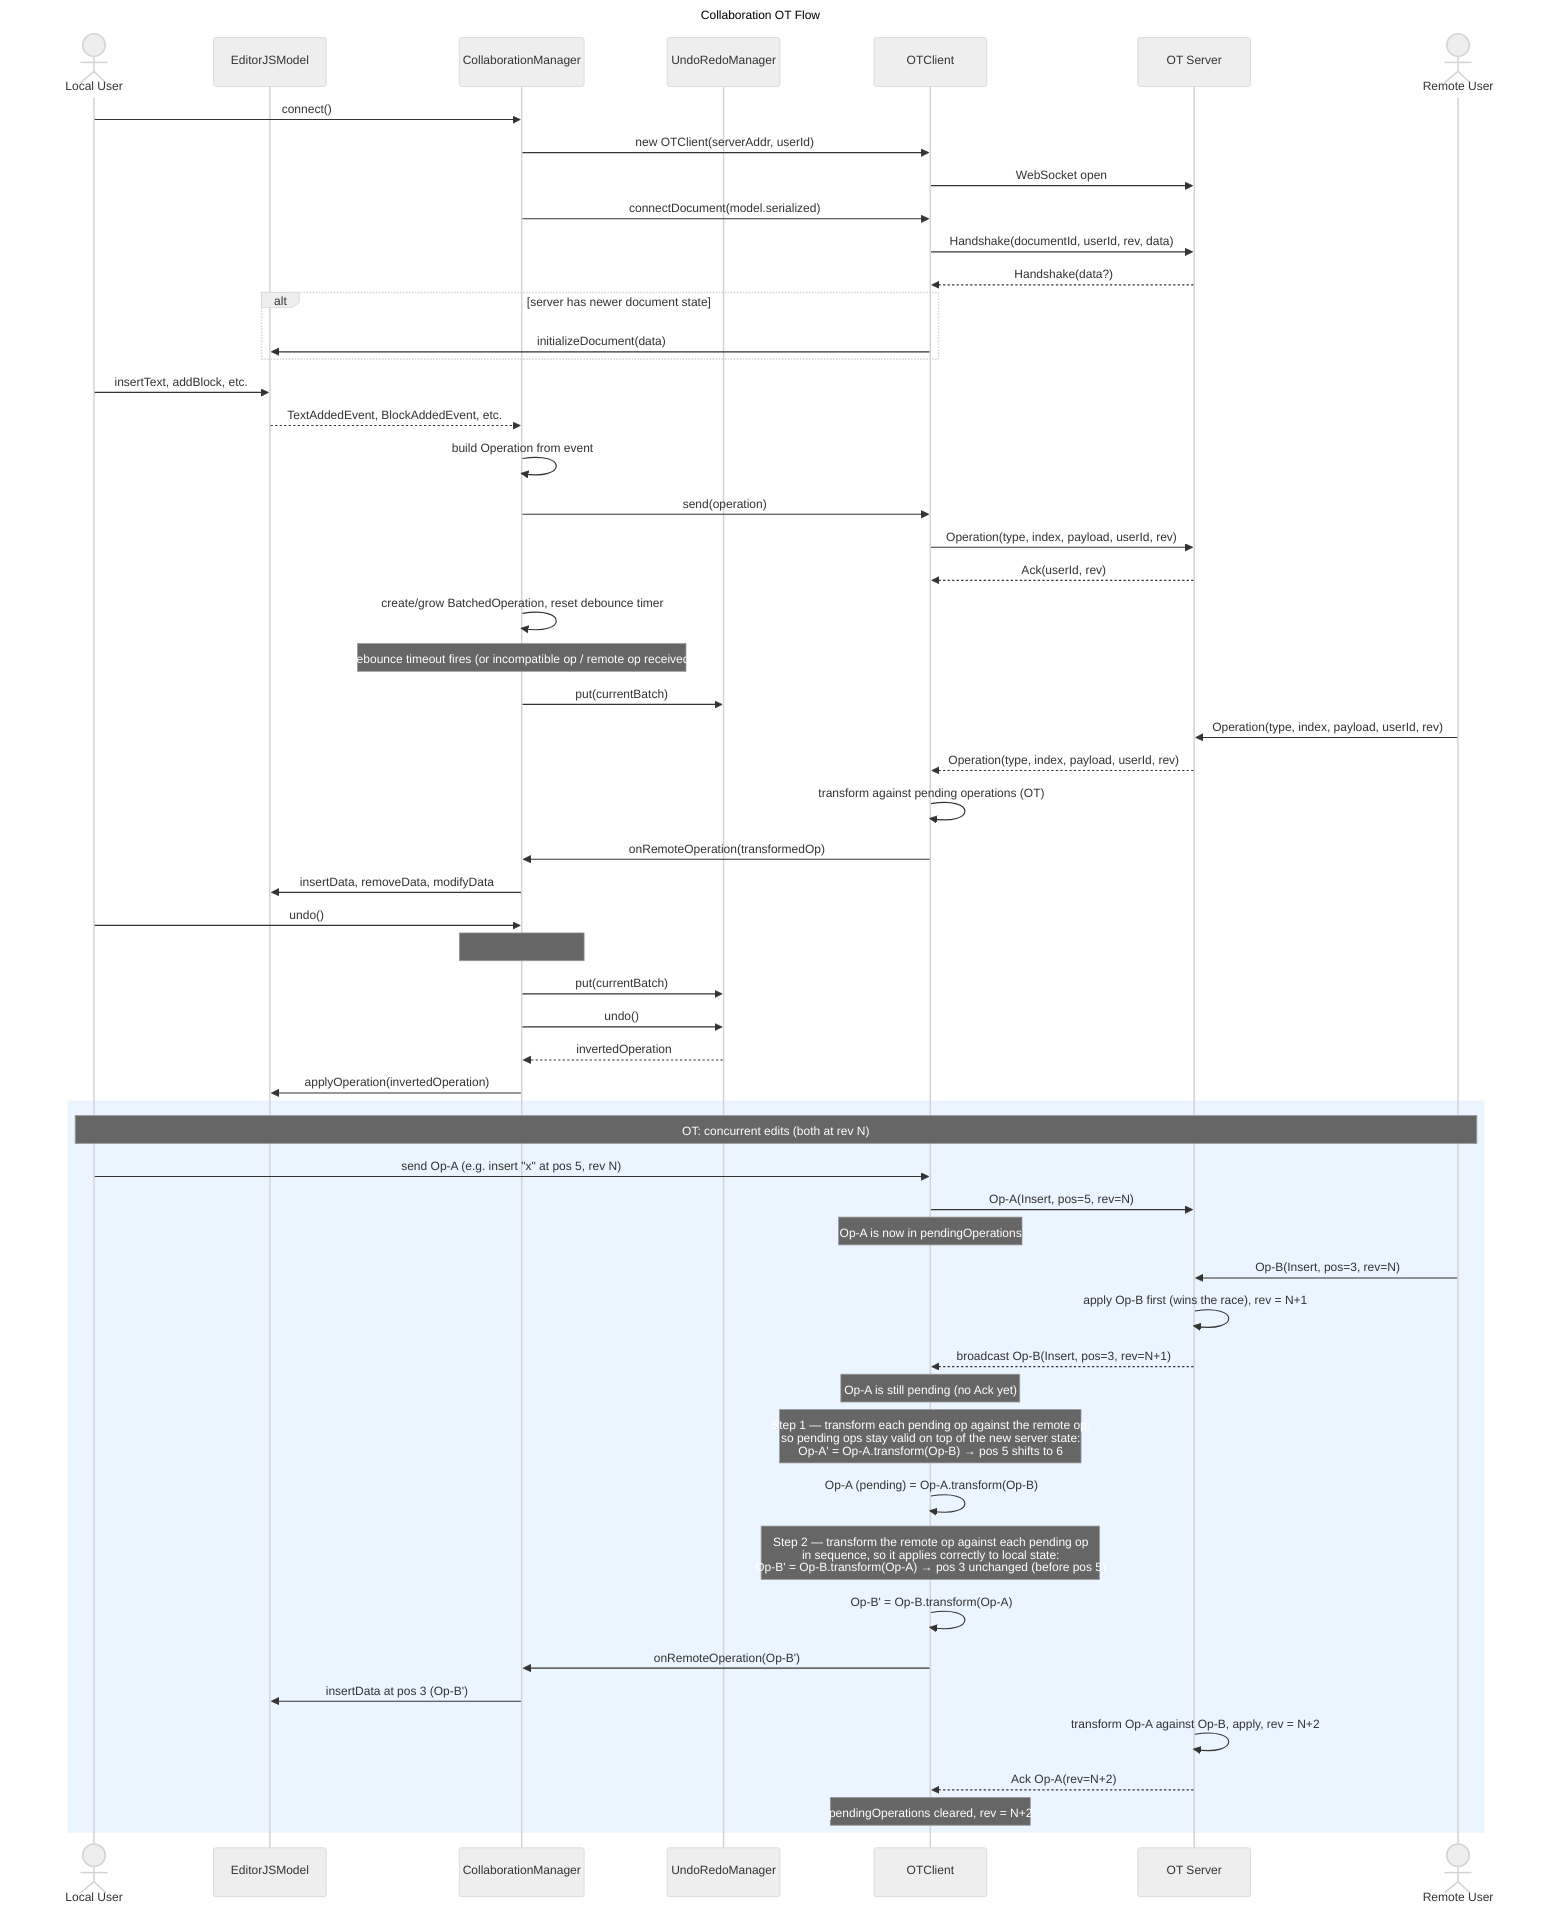
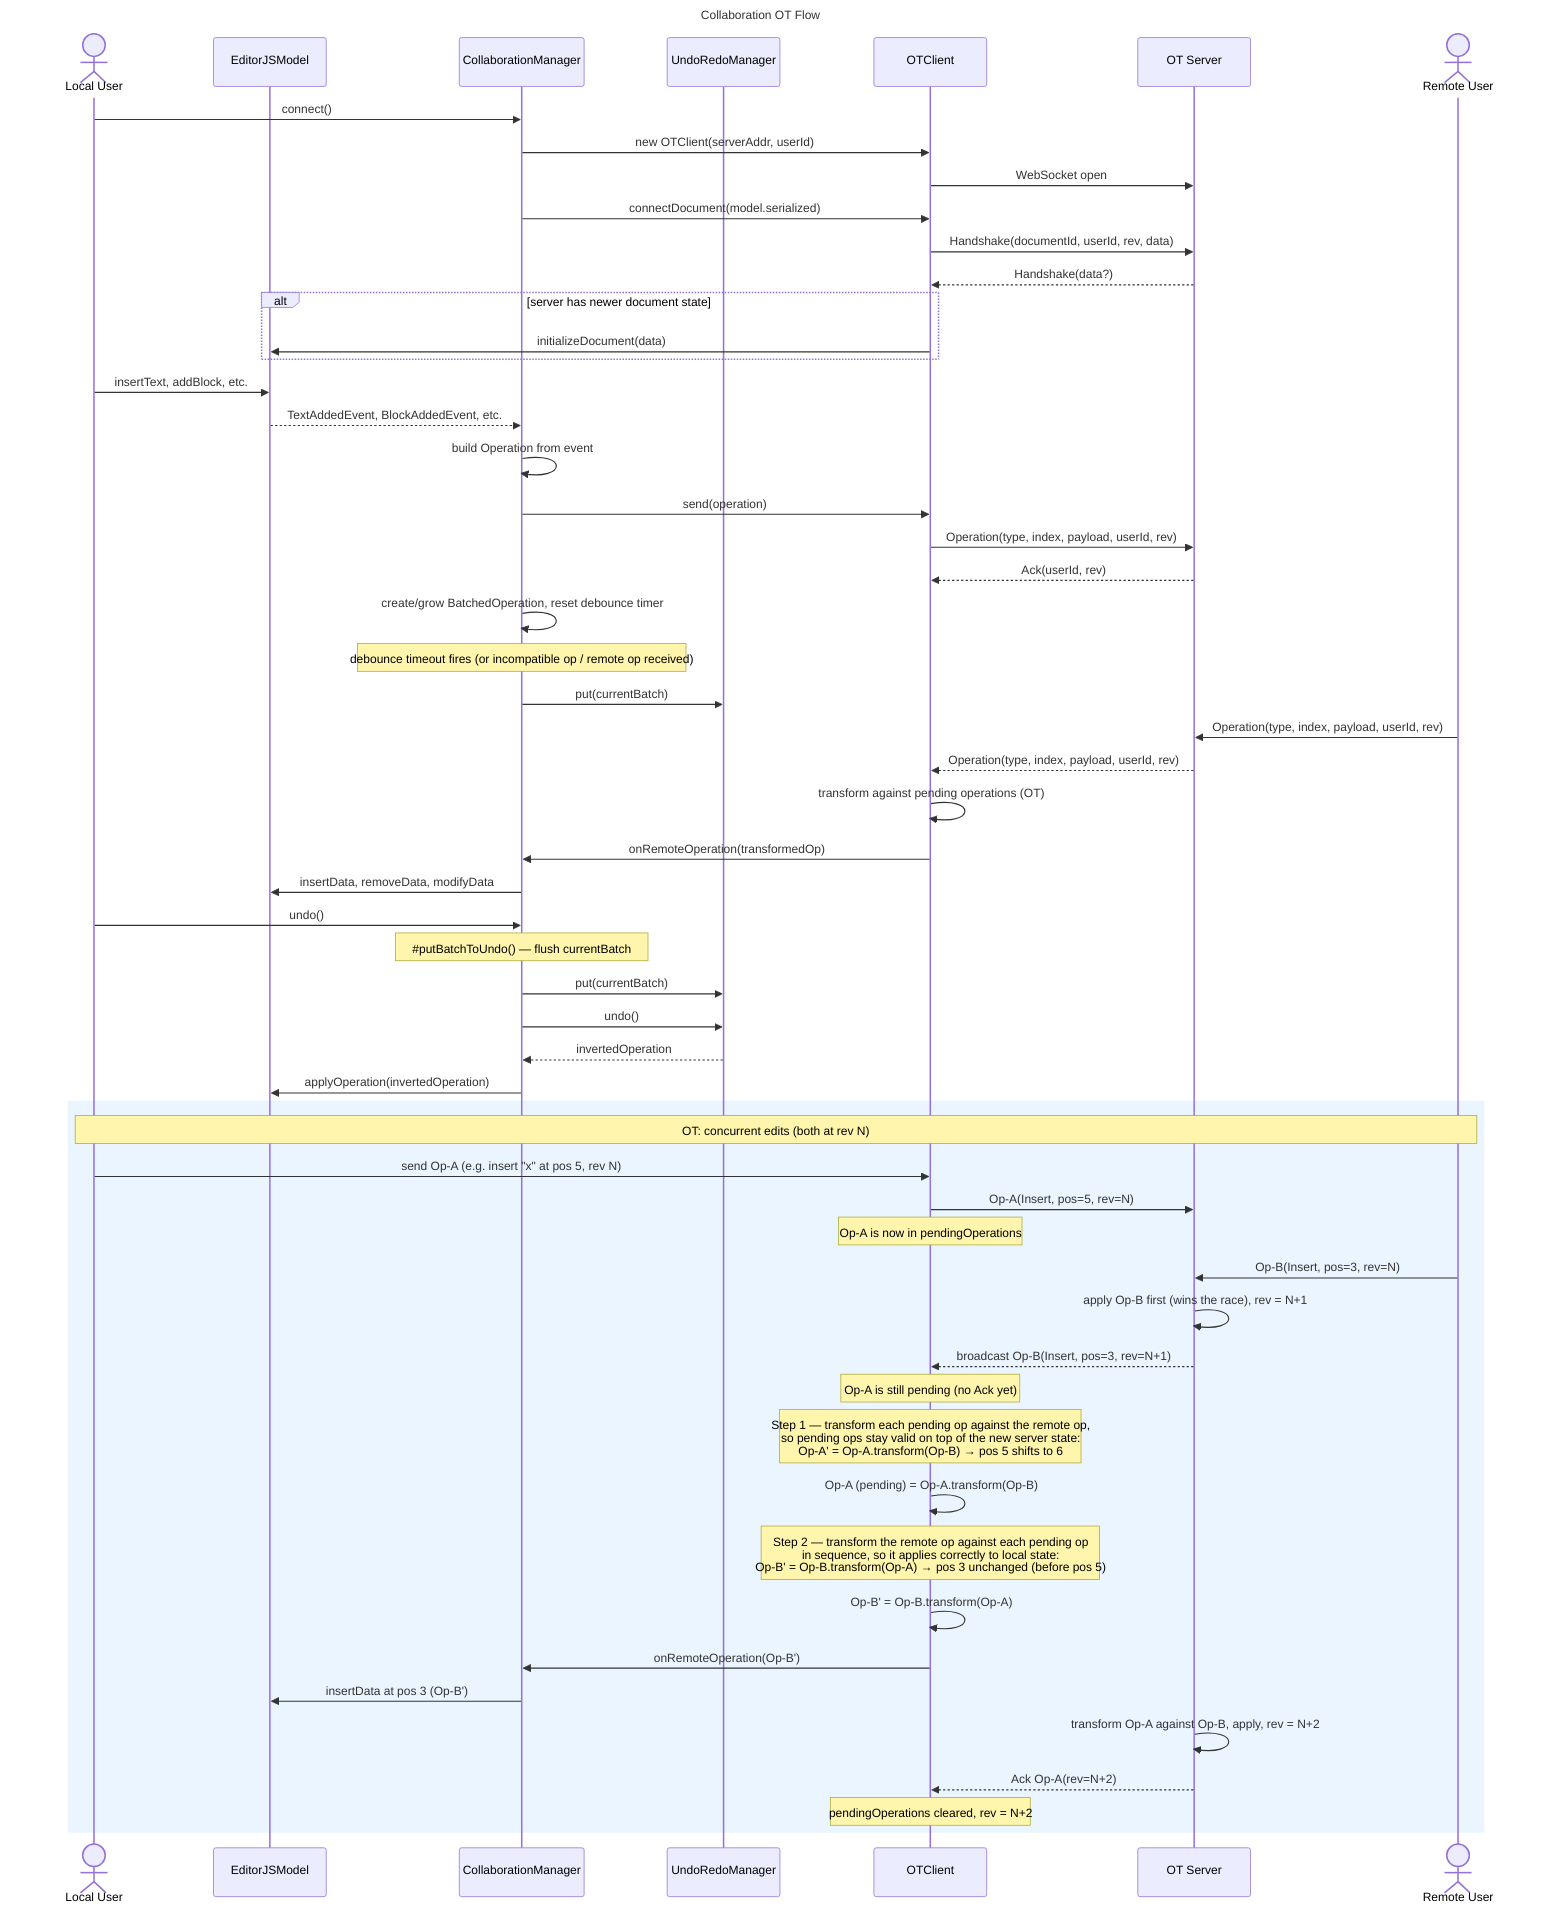
---
title: Collaboration OT Flow
- config:
-   theme: neutral
+ 
---
%% See: ../collaboration.md
sequenceDiagram
  actor LocalUser as Local User
  participant EditorJSModel
  participant CollaborationManager
  participant UndoRedoManager
  participant OTClient
  participant OTServer as OT Server
  actor RemoteUser as Remote User

  %% ── Connect ──────────────────────────────────────
  LocalUser->>CollaborationManager: connect()
  CollaborationManager->>OTClient: new OTClient(serverAddr, userId)
  OTClient->>OTServer: WebSocket open
  CollaborationManager->>OTClient: connectDocument(model.serialized)
  OTClient->>OTServer: Handshake(documentId, userId, rev, data)
  OTServer-->>OTClient: Handshake(data?)
  alt server has newer document state
    OTClient->>EditorJSModel: initializeDocument(data)
  end

  %% ── Local edit → server ──────────────────────────
  LocalUser->>EditorJSModel: insertText, addBlock, etc.
  EditorJSModel-->>CollaborationManager: TextAddedEvent, BlockAddedEvent, etc.
  CollaborationManager->>CollaborationManager: build Operation from event
  CollaborationManager->>OTClient: send(operation)
  OTClient->>OTServer: Operation(type, index, payload, userId, rev)
  OTServer-->>OTClient: Ack(userId, rev)

  %% ── Batch & undo stack ───────────────────────────
  CollaborationManager->>CollaborationManager: create/grow BatchedOperation, reset debounce timer
  Note over CollaborationManager: debounce timeout fires (or incompatible op / remote op received)
  CollaborationManager->>UndoRedoManager: put(currentBatch)

  %% ── Remote edit → local model ────────────────────
  RemoteUser->>OTServer: Operation(type, index, payload, userId, rev)
  OTServer-->>OTClient: Operation(type, index, payload, userId, rev)
  OTClient->>OTClient: transform against pending operations (OT)
  OTClient->>CollaborationManager: onRemoteOperation(transformedOp)
  CollaborationManager->>EditorJSModel: insertData, removeData, modifyData

  %% ── Undo ─────────────────────────────────────────
  LocalUser->>CollaborationManager: undo()
-   Note over CollaborationManager: #putBatchToUndo() — flush currentBatch
+   Note over CollaborationManager: #35;putBatchToUndo() — flush currentBatch
  CollaborationManager->>UndoRedoManager: put(currentBatch)
  CollaborationManager->>UndoRedoManager: undo()
  UndoRedoManager-->>CollaborationManager: invertedOperation
  CollaborationManager->>EditorJSModel: applyOperation(invertedOperation)

  %% ══════════════════════════════════════════════════
  %% Operational Transformation: concurrent edit scenario
  %% ══════════════════════════════════════════════════
  %% Both users start at the same document revision N.
  %% User A types before receiving User B's operation,
  %% so their ops are based on the same state and must be transformed.

  rect rgb(235, 245, 255)
    Note over LocalUser, RemoteUser: OT: concurrent edits (both at rev N)

    LocalUser->>OTClient: send Op-A (e.g. insert "x" at pos 5, rev N)
    OTClient->>OTServer: Op-A(Insert, pos=5, rev=N)
    Note over OTClient: Op-A is now in pendingOperations

    RemoteUser->>OTServer: Op-B(Insert, pos=3, rev=N)

    OTServer->>OTServer: apply Op-B first (wins the race), rev = N+1
    OTServer-->>OTClient: broadcast Op-B(Insert, pos=3, rev=N+1)

    Note over OTClient: Op-A is still pending (no Ack yet)

    Note over OTClient: Step 1 — transform each pending op against the remote op,<br/>so pending ops stay valid on top of the new server state:<br/>Op-A' = Op-A.transform(Op-B)  →  pos 5 shifts to 6
    OTClient->>OTClient: Op-A (pending) = Op-A.transform(Op-B)

    Note over OTClient: Step 2 — transform the remote op against each pending op<br/>in sequence, so it applies correctly to local state:<br/>Op-B' = Op-B.transform(Op-A)  →  pos 3 unchanged (before pos 5)
    OTClient->>OTClient: Op-B' = Op-B.transform(Op-A)

    OTClient->>CollaborationManager: onRemoteOperation(Op-B')
    CollaborationManager->>EditorJSModel: insertData at pos 3 (Op-B')

    OTServer->>OTServer: transform Op-A against Op-B, apply, rev = N+2
    OTServer-->>OTClient: Ack Op-A(rev=N+2)
    Note over OTClient: pendingOperations cleared, rev = N+2
  end


